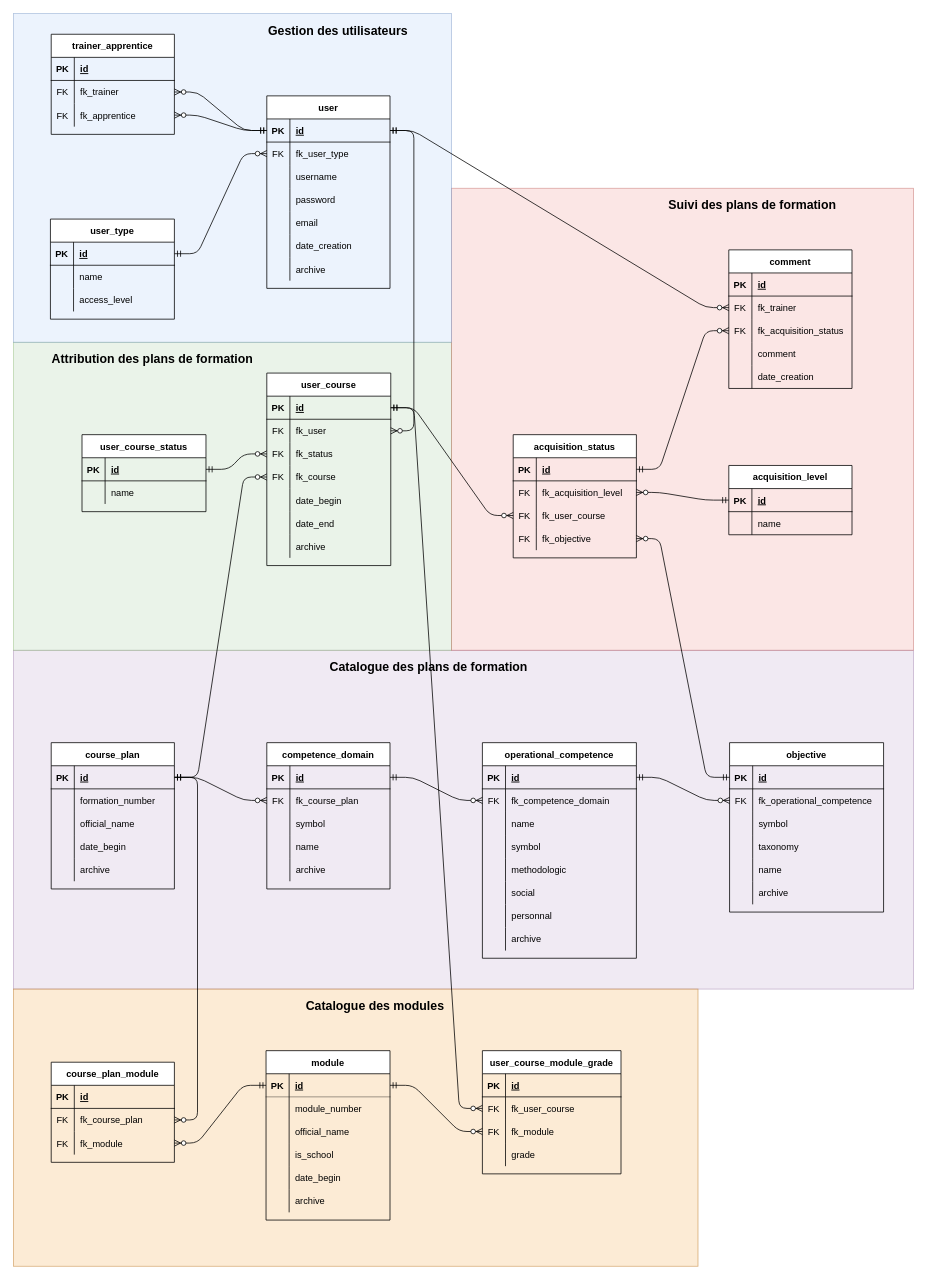
Before: documentation/db_plafor.drawio in benmoumene/manage-course-codeigniter-4, a draw.io diagram. Source tidied: cells renumbered, new cells numbered last; positions are measured from the earlier drawing's top-left corner, leaving out a move shared by most shapes. Both pictures are drawn from the tidied source at 77%, with x=0, y=0 at pixel (13, 13).
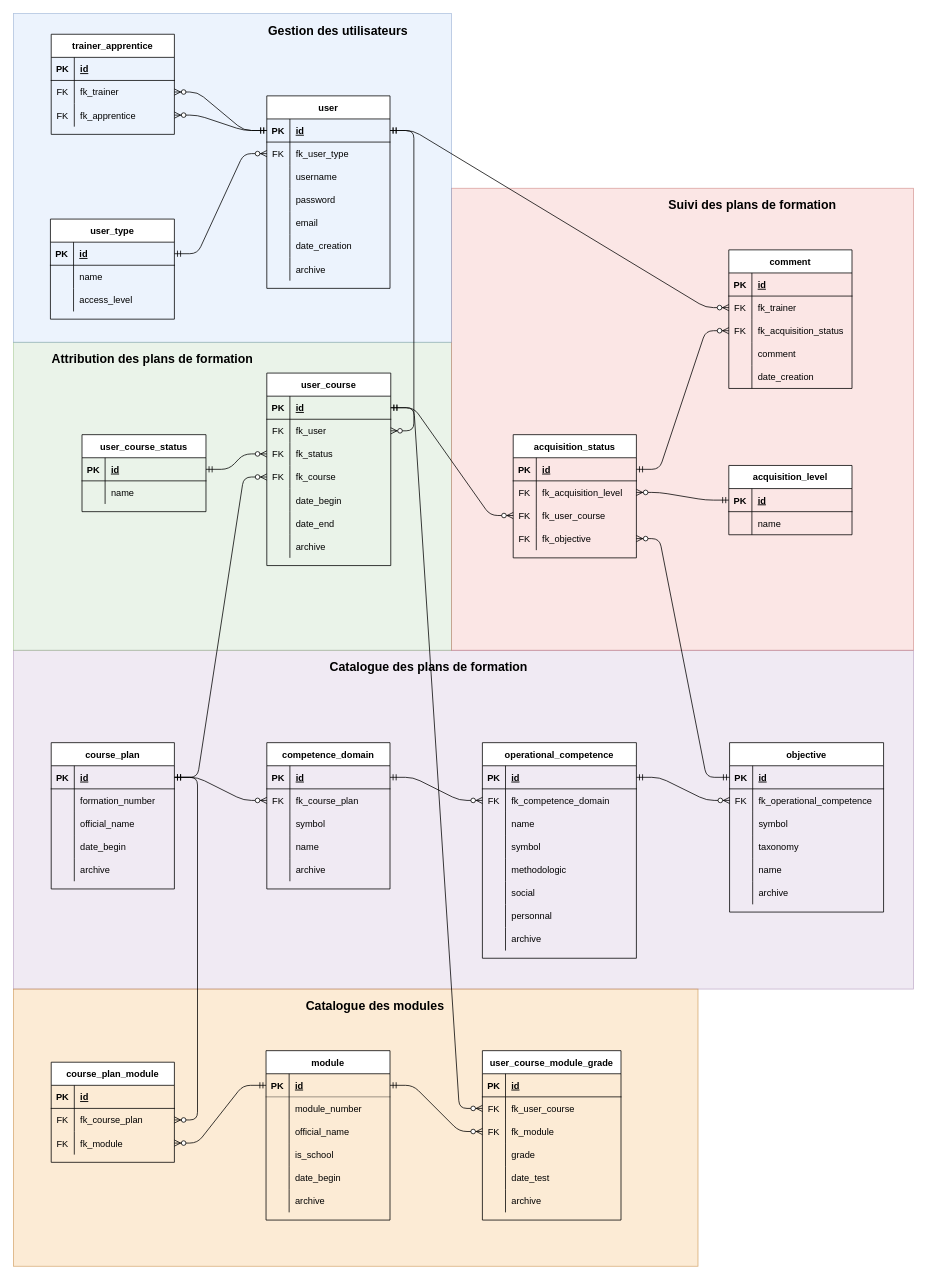
Above is the later version.

Commit message (it also covers changes not shown here):
Add grade soft deletion and exam date Hide grade hard deletion

The edit, as a diff of the source:
```diff
@@
     <mxCell id="240" value="user_course_module_grade" style="shape=table;startSize=30;childLayout=tableLayout;rowLines=0;fontStyle=1;align=center;" parent="1" vertex="1">
-      <mxGeometry x="609" y="1347" width="180" height="160" as="geometry" />
+      <mxGeometry x="609" y="1347" width="180" height="220" as="geometry" />
     </mxCell>
@@
+    <mxCell id="255" style="shape=tableRow;horizontal=0;startSize=0;swimlaneHead=0;swimlaneBody=0;fillColor=none;top=0;left=0;right=0;bottom=0;" parent="240" vertex="1">
+      <mxGeometry y="150" width="180" height="30" as="geometry" />
+    </mxCell>
+    <mxCell id="256" style="shape=partialRectangle;fillColor=none;top=0;left=0;bottom=0;right=0;overflow=hidden;" parent="255" vertex="1">
+      <mxGeometry width="30" height="30" as="geometry" />
+    </mxCell>
+    <mxCell id="257" value="date_test" style="shape=partialRectangle;fillColor=none;top=0;left=0;bottom=0;right=0;align=left;spacingLeft=6;overflow=hidden;" parent="255" vertex="1">
+      <mxGeometry x="30" width="150" height="30" as="geometry" />
+    </mxCell>
+    <mxCell id="258" style="shape=tableRow;horizontal=0;startSize=0;swimlaneHead=0;swimlaneBody=0;fillColor=none;top=0;left=0;right=0;bottom=0;" parent="240" vertex="1">
+      <mxGeometry y="180" width="180" height="30" as="geometry" />
+    </mxCell>
+    <mxCell id="259" style="shape=partialRectangle;fillColor=none;top=0;left=0;bottom=0;right=0;overflow=hidden;" parent="258" vertex="1">
+      <mxGeometry width="30" height="30" as="geometry" />
+    </mxCell>
+    <mxCell id="260" value="archive" style="shape=partialRectangle;fillColor=none;top=0;left=0;bottom=0;right=0;align=left;spacingLeft=6;overflow=hidden;" parent="258" vertex="1">
+      <mxGeometry x="30" width="150" height="30" as="geometry" />
+    </mxCell>
```
